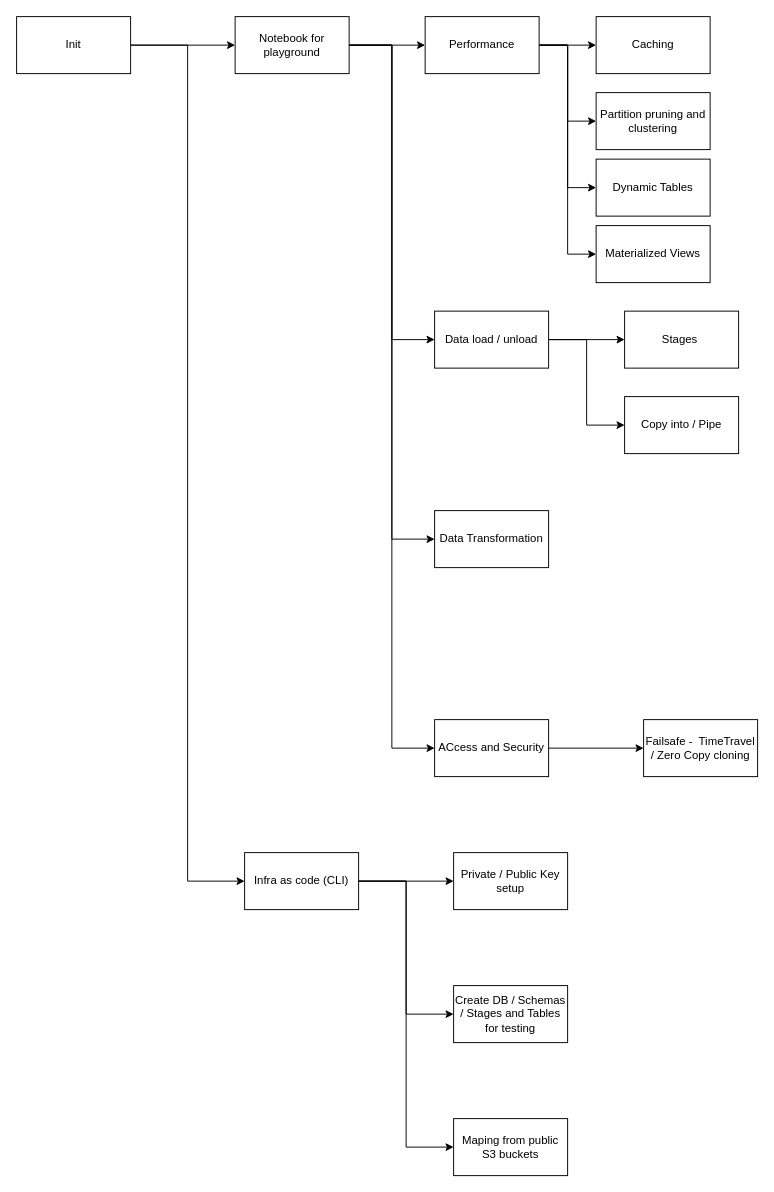
mbenicio1909/sf_prep_certification keeps this draw.io diagram as plan.drawio. Above is the earlier version. Source tidied: cells renumbered, new cells numbered last; positions are measured from the earlier drawing's top-left corner, leaving out a move shared by most shapes. Both pictures are drawn from the tidied source at 95%, with x=0, y=0 at pixel (16, 16).
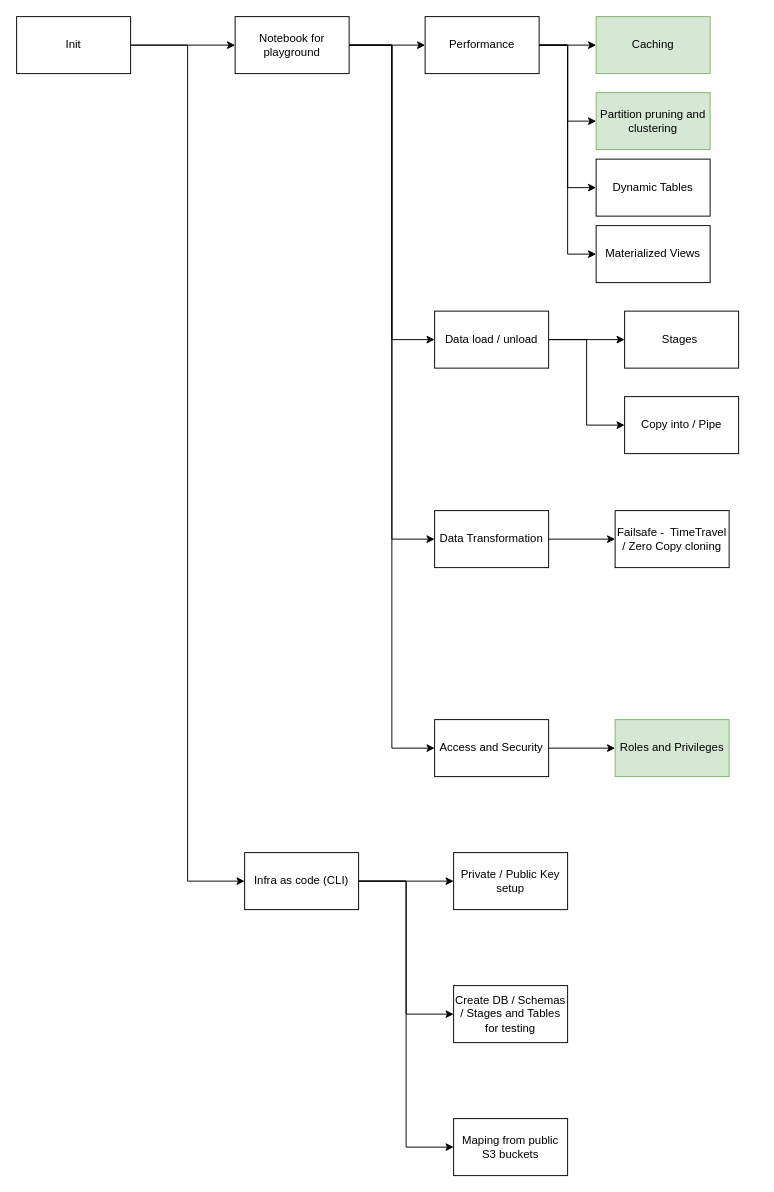
After the change.

The change refers to these unchanged cells:
```xml
<mxCell id="29" value="Data Transformation" style="rounded=0;whiteSpace=wrap;html=1;" parent="1" vertex="1">
  <mxGeometry x="440" y="520" width="120" height="60" as="geometry" />
</mxCell>
```

The edit, as a diff of the source:
```diff
@@
-    <mxCell id="7" value="Caching" style="rounded=0;whiteSpace=wrap;html=1;" parent="1" vertex="1">
+    <mxCell id="7" value="Caching" style="rounded=0;whiteSpace=wrap;html=1;fillColor=#d5e8d4;strokeColor=#82b366;" parent="1" vertex="1">
       <mxGeometry x="610" width="120" height="60" as="geometry" />
     </mxCell>
-    <mxCell id="8" value="Partition pruning and clustering" style="rounded=0;whiteSpace=wrap;html=1;" parent="1" vertex="1">
+    <mxCell id="8" value="Partition pruning and clustering" style="rounded=0;whiteSpace=wrap;html=1;fillColor=#d5e8d4;strokeColor=#82b366;" parent="1" vertex="1">
       <mxGeometry x="610" y="80" width="120" height="60" as="geometry" />
     </mxCell>
@@
     <mxCell id="16" value="Failsafe -&amp;nbsp; TimeTravel /&amp;nbsp;Zero Copy cloning" style="rounded=0;whiteSpace=wrap;html=1;" parent="1" vertex="1">
-      <mxGeometry x="660" y="740" width="120" height="60" as="geometry" />
+      <mxGeometry x="630" y="520" width="120" height="60" as="geometry" />
     </mxCell>
@@
+    <mxCell id="35" style="edgeStyle=orthogonalEdgeStyle;rounded=0;jettySize=auto;html=1;entryX=0;entryY=0.5;entryDx=0;entryDy=0;" parent="1" edge="1" source="29" target="16">
+      <mxGeometry relative="1" as="geometry" />
+    </mxCell>
@@
-    <mxCell id="30" style="edgeStyle=orthogonalEdgeStyle;rounded=0;jettySize=auto;html=1;" parent="1" edge="1" source="31" target="16">
-      <mxGeometry relative="1" as="geometry" />
-    </mxCell>
+    <mxCell id="36" style="edgeStyle=orthogonalEdgeStyle;rounded=0;jettySize=auto;html=1;entryX=0;entryY=0.5;entryDx=0;entryDy=0;" parent="1" edge="1" source="31" target="37">
+      <mxGeometry relative="1" as="geometry" />
+    </mxCell>
-    <mxCell id="31" value="ACcess and Security" style="rounded=0;whiteSpace=wrap;html=1;" parent="1" vertex="1">
+    <mxCell id="31" value="Access and Security" style="rounded=0;whiteSpace=wrap;html=1;" parent="1" vertex="1">
       <mxGeometry x="440" y="740" width="120" height="60" as="geometry" />
     </mxCell>
@@
+    <mxCell id="37" value="Roles and Privileges" style="rounded=0;whiteSpace=wrap;html=1;fillColor=#d5e8d4;strokeColor=#82b366;" parent="1" vertex="1">
+      <mxGeometry x="630" y="740" width="120" height="60" as="geometry" />
+    </mxCell>
```
